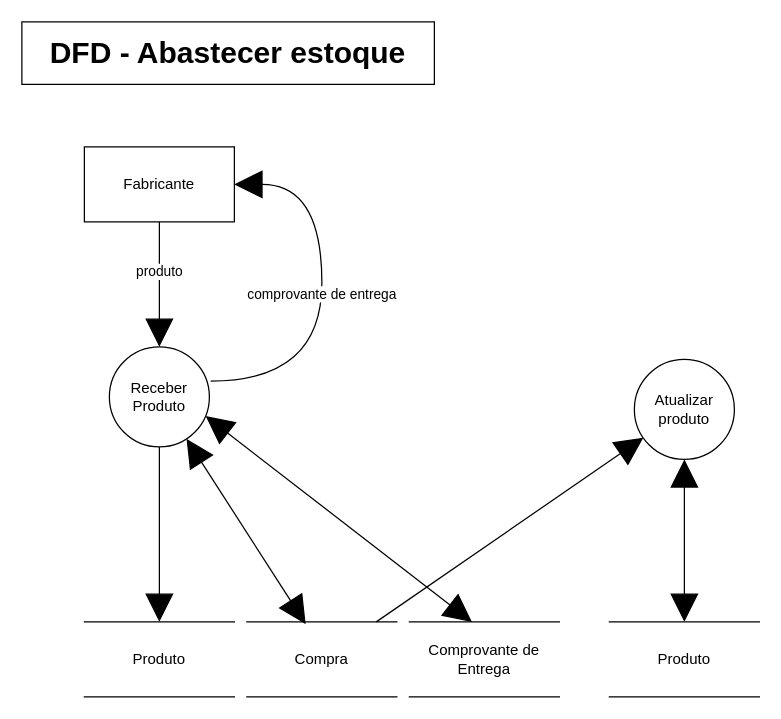
Above: Documentation/DFD Essencial para cada Capacidade/DFD Abastecer Estoque.drawio in Systematicos/FindingApp (draw.io), before the change. Source tidied: cells renumbered, new cells numbered last; positions are measured from the earlier drawing's top-left corner, leaving out a move shared by most shapes. Both pictures are drawn from the tidied source at 125%, with x=0, y=0 at pixel (21, 21).
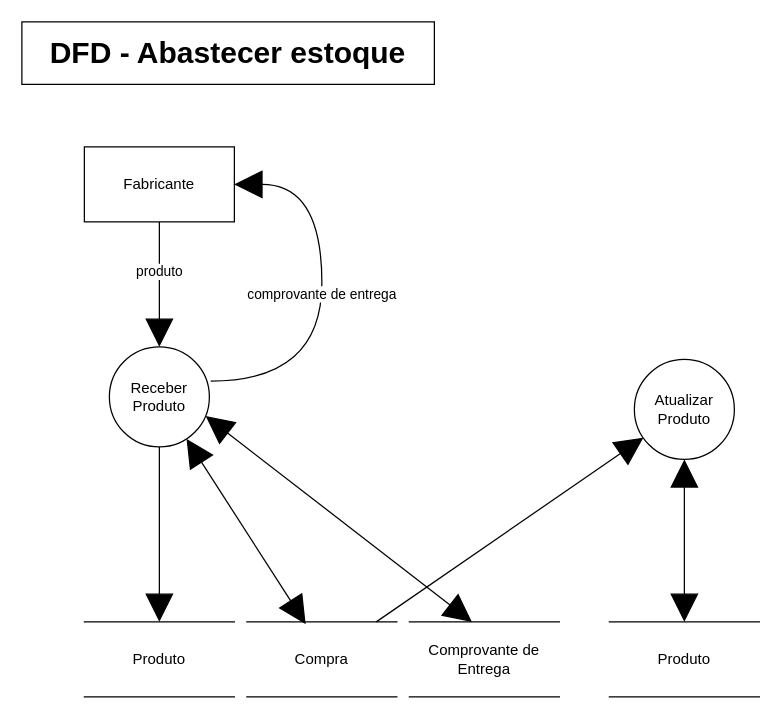
After the change.

Diff of the diagram source:
```diff
@@
 <mxGraphModel>
   <root>
     <mxCell id="0" />
     <mxCell id="1" parent="0" />
     <mxCell id="2" value="&lt;span style=&quot;font-size: 24px ; font-weight: 700&quot;&gt;DFD - Abastecer estoque&lt;/span&gt;" style="rounded=0;whiteSpace=wrap;html=1;" parent="1" vertex="1">
       <mxGeometry width="330" height="50" as="geometry" />
     </mxCell>
     <mxCell id="3" value="Produto" style="shape=partialRectangle;whiteSpace=wrap;html=1;left=0;right=0;fillColor=none;" parent="1" vertex="1">
       <mxGeometry x="50" y="480" width="120" height="60" as="geometry" />
     </mxCell>
     <mxCell id="4" value="produto" style="edgeStyle=orthogonalEdgeStyle;rounded=0;jettySize=auto;html=1;entryX=0.5;entryY=0;entryDx=0;entryDy=0;endArrow=block;endFill=1;endSize=20;" parent="1" edge="1" source="5" target="10">
       <mxGeometry x="-0.2" relative="1" as="geometry" />
     </mxCell>
     <mxCell id="5" value="Fabricante" style="rounded=0;whiteSpace=wrap;html=1;" parent="1" vertex="1">
       <mxGeometry x="50" y="100" width="120" height="60" as="geometry" />
     </mxCell>
     <mxCell id="6" style="edgeStyle=orthogonalEdgeStyle;rounded=0;jettySize=auto;html=1;entryX=0.5;entryY=0;entryDx=0;entryDy=0;endArrow=block;endFill=1;endSize=20;startArrow=none;startFill=0;startSize=20;" parent="1" edge="1" source="10" target="3">
       <mxGeometry relative="1" as="geometry" />
     </mxCell>
     <mxCell id="7" style="rounded=0;jettySize=auto;html=1;entryX=0.392;entryY=0.03;entryDx=0;entryDy=0;entryPerimeter=0;startArrow=block;startFill=1;startSize=20;endArrow=block;endFill=1;endSize=20;" parent="1" edge="1" source="10" target="11">
       <mxGeometry relative="1" as="geometry" />
     </mxCell>
     <mxCell id="8" value="comprovante de entrega" style="edgeStyle=orthogonalEdgeStyle;rounded=0;jettySize=auto;html=1;entryX=1;entryY=0.5;entryDx=0;entryDy=0;startArrow=none;startFill=0;startSize=20;endArrow=block;endFill=1;endSize=20;curved=1;exitX=1.013;exitY=0.342;exitDx=0;exitDy=0;exitPerimeter=0;" parent="1" edge="1" source="10" target="5">
       <mxGeometry relative="1" as="geometry">
         <Array as="points">
           <mxPoint x="240" y="287" />
           <mxPoint x="240" y="130" />
         </Array>
       </mxGeometry>
     </mxCell>
     <mxCell id="9" style="rounded=0;jettySize=auto;html=1;entryX=0.417;entryY=0;entryDx=0;entryDy=0;entryPerimeter=0;startArrow=block;startFill=1;startSize=20;endArrow=block;endFill=1;endSize=20;exitX=0.963;exitY=0.692;exitDx=0;exitDy=0;exitPerimeter=0;" parent="1" edge="1" source="10" target="12">
       <mxGeometry relative="1" as="geometry" />
     </mxCell>
     <mxCell id="10" value="Receber Produto" style="ellipse;whiteSpace=wrap;html=1;" parent="1" vertex="1">
       <mxGeometry x="70" y="260" width="80" height="80" as="geometry" />
     </mxCell>
     <mxCell id="11" value="Compra" style="shape=partialRectangle;whiteSpace=wrap;html=1;left=0;right=0;fillColor=none;" parent="1" vertex="1">
       <mxGeometry x="180" y="480" width="120" height="60" as="geometry" />
     </mxCell>
     <mxCell id="12" value="Comprovante de&lt;br&gt;Entrega" style="shape=partialRectangle;whiteSpace=wrap;html=1;left=0;right=0;fillColor=none;" parent="1" vertex="1">
       <mxGeometry x="310" y="480" width="120" height="60" as="geometry" />
     </mxCell>
     <mxCell id="13" style="edgeStyle=orthogonalEdgeStyle;rounded=0;jettySize=auto;html=1;entryX=0.5;entryY=0;entryDx=0;entryDy=0;endArrow=block;endFill=1;endSize=20;startSize=20;startArrow=block;startFill=1;" parent="1" edge="1" source="15" target="16">
       <mxGeometry relative="1" as="geometry" />
     </mxCell>
     <mxCell id="14" style="edgeStyle=none;rounded=0;jettySize=auto;html=1;startArrow=block;startFill=1;startSize=20;endArrow=none;endFill=0;endSize=20;" parent="1" edge="1" source="15" target="11">
       <mxGeometry relative="1" as="geometry" />
     </mxCell>
-    <mxCell id="15" value="Atualizar produto" style="ellipse;whiteSpace=wrap;html=1;" parent="1" vertex="1">
+    <mxCell id="15" value="Atualizar Produto" style="ellipse;whiteSpace=wrap;html=1;" parent="1" vertex="1">
       <mxGeometry x="490" y="270" width="80" height="80" as="geometry" />
     </mxCell>
     <mxCell id="16" value="Produto" style="shape=partialRectangle;whiteSpace=wrap;html=1;left=0;right=0;fillColor=none;" parent="1" vertex="1">
       <mxGeometry x="470" y="480" width="120" height="60" as="geometry" />
     </mxCell>
   </root>
 </mxGraphModel>
```
